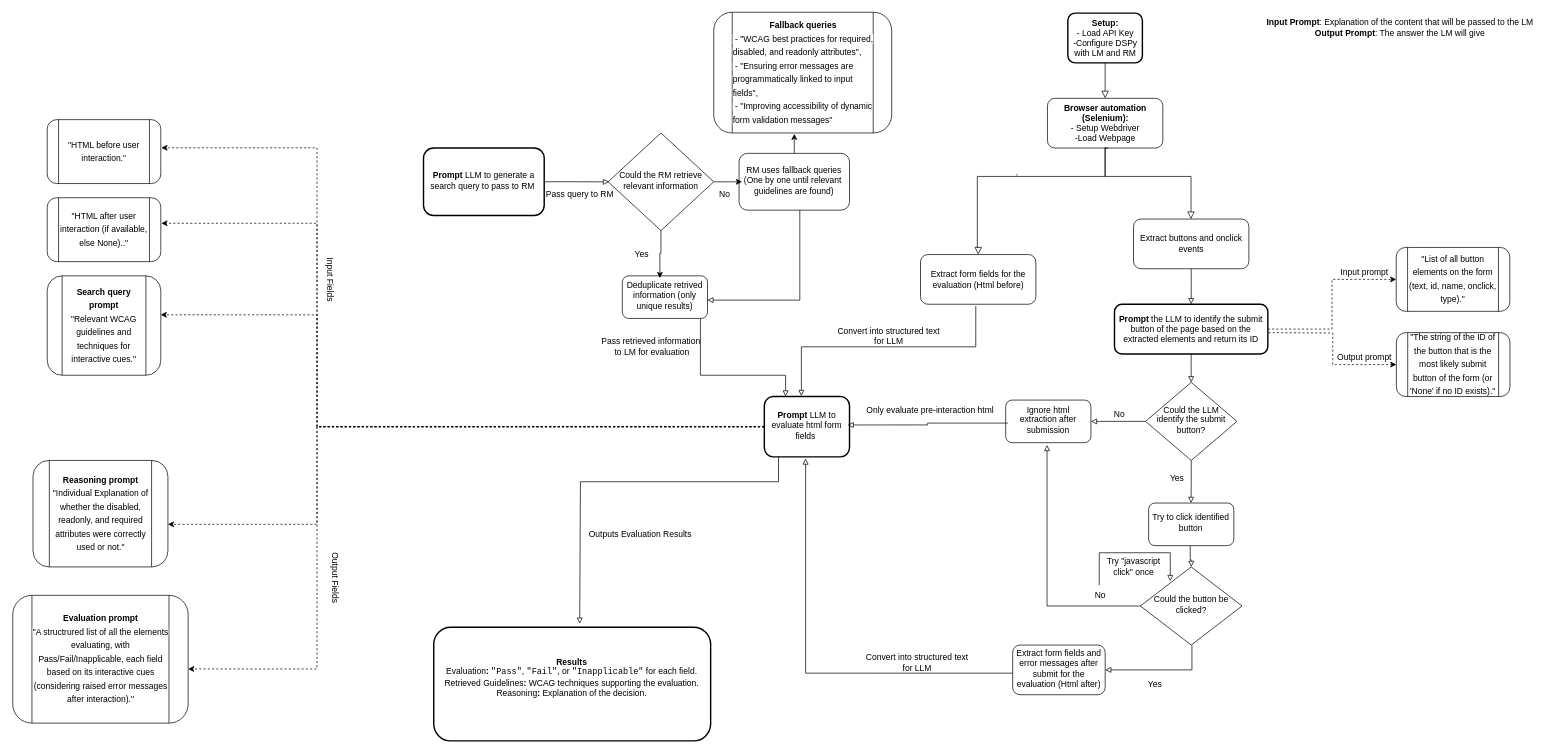
Earlier version of the draw.io diagram Fluxograma.drawio (Costa13J/LLM-accessibility-evaluator). Source tidied: cells renumbered, new cells numbered last; positions are measured from the earlier drawing's top-left corner, leaving out a move shared by most shapes. Both pictures are drawn from the tidied source at 71%, with x=0, y=0 at pixel (13, 12).
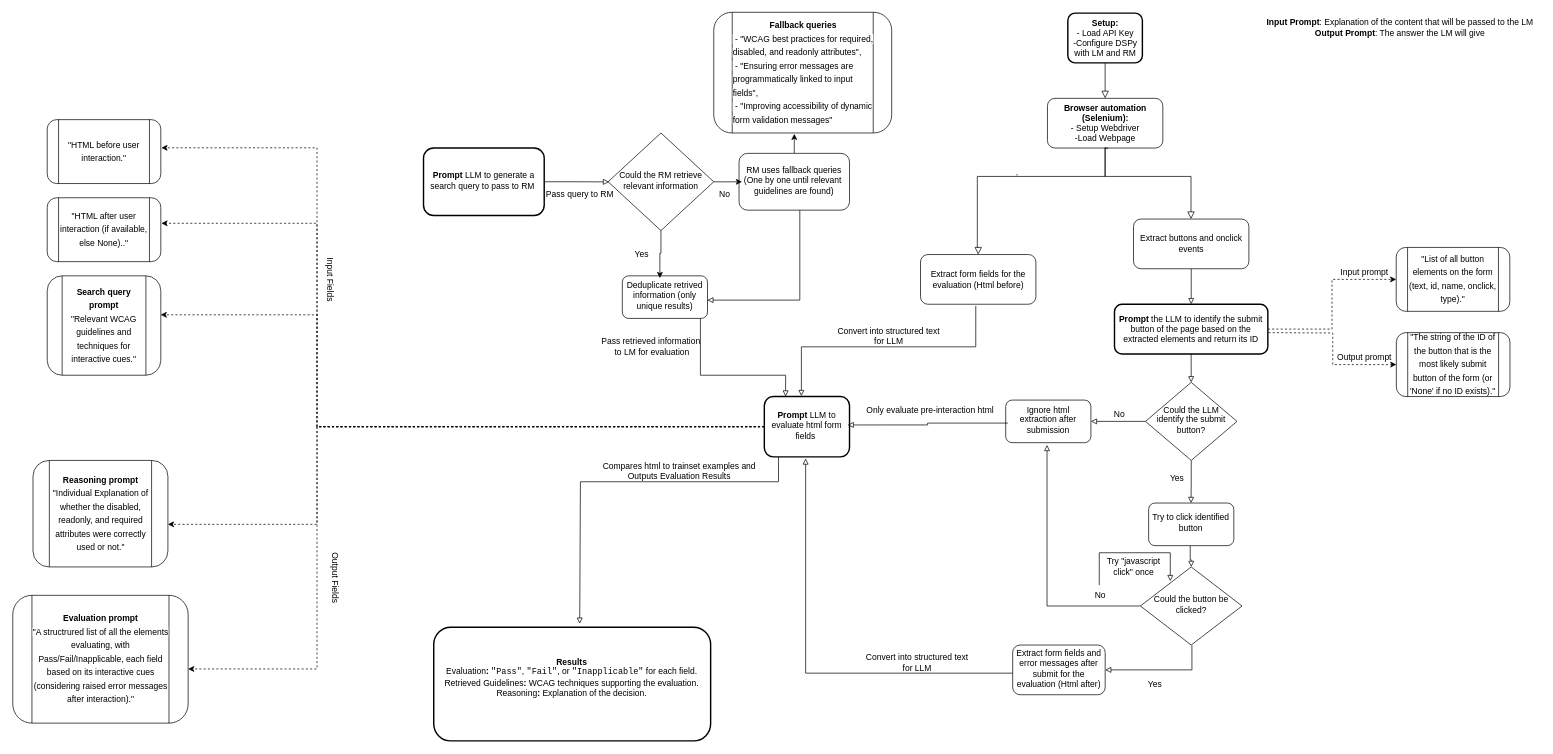
After the change.

What changed in the source:
```diff
@@
-    <mxCell id="70" value="Outputs Evaluation Results" style="text;html=1;align=center;verticalAlign=middle;strokeColor=none;fillColor=none;" parent="1" vertex="1">
-      <mxGeometry x="798" y="721" width="170" height="30" as="geometry" />
+    <mxCell id="70" value="Compares html to trainset examples and&lt;br&gt;Outputs Evaluation Results" style="text;html=1;align=center;verticalAlign=middle;strokeColor=none;fillColor=none;" parent="1" vertex="1">
+      <mxGeometry x="818" y="626" width="240" height="40" as="geometry" />
     </mxCell>
```
